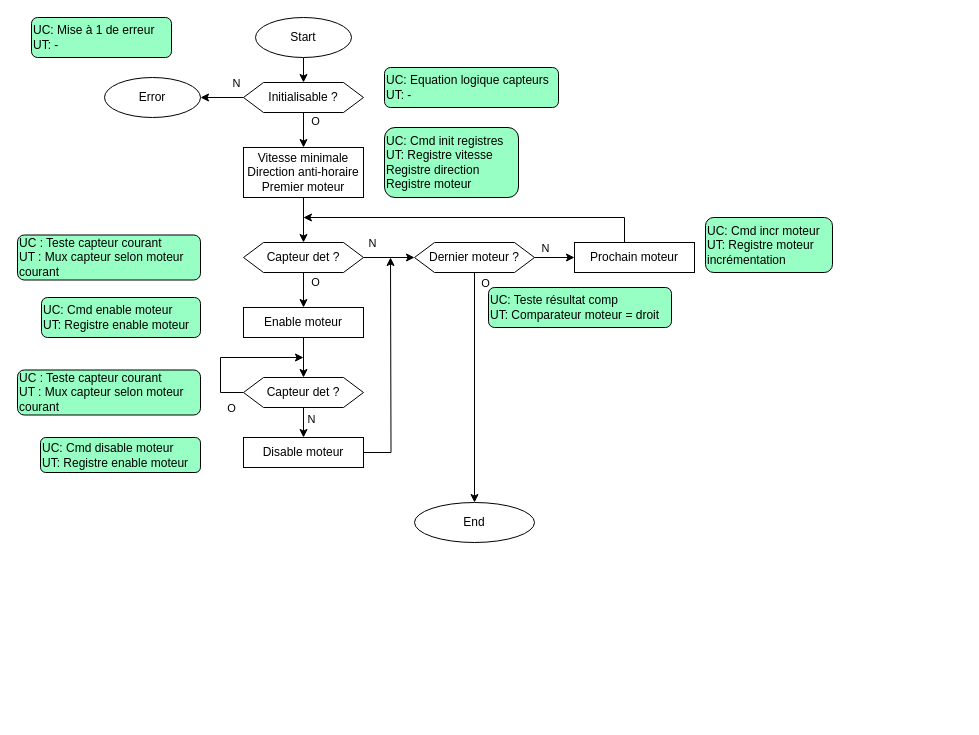
Schokiiiiiiii/csn26 keeps this draw.io diagram as doc/diags/init_sequence_partition.drawio. Above is the earlier version. Source tidied: cells renumbered, new cells numbered last; positions are measured from the earlier drawing's top-left corner, leaving out a move shared by most shapes. Both pictures are drawn from the tidied source at 100%, with x=0, y=0 at pixel (17, 17).
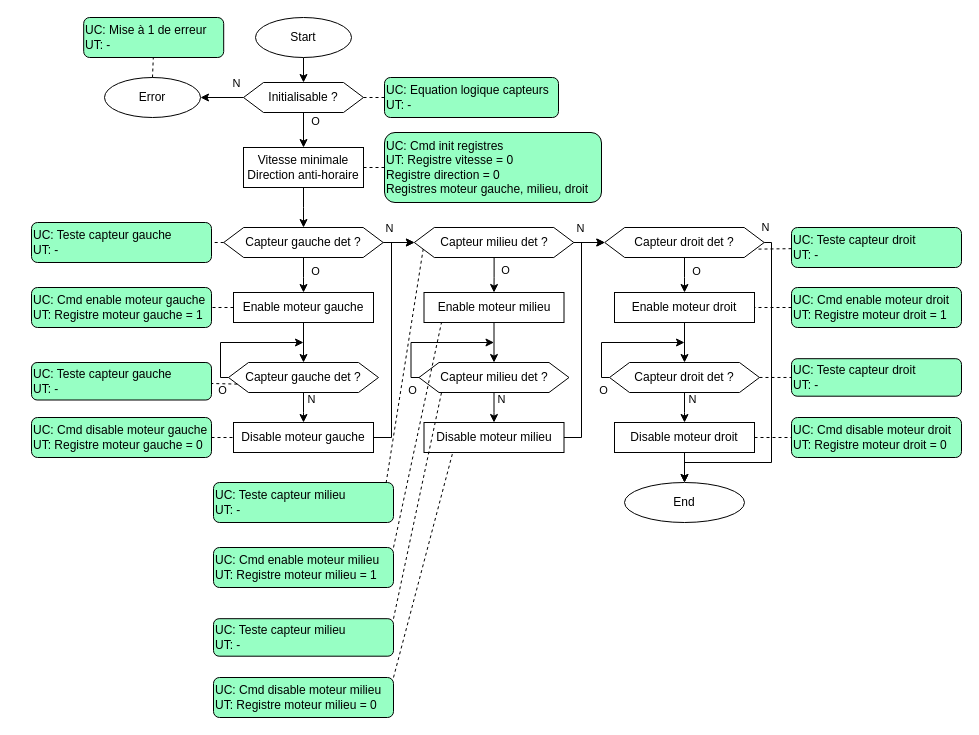
Above is the later version.

The change refers to these unchanged cells:
```xml
<mxCell id="8" value="Initialisable ?" style="shape=hexagon;perimeter=hexagonPerimeter2;whiteSpace=wrap;html=1;fixedSize=1;" parent="1" vertex="1">
  <mxGeometry x="226" y="65" width="120" height="30" as="geometry" />
</mxCell>
<mxCell id="9" value="Error" style="ellipse;whiteSpace=wrap;html=1;" parent="1" vertex="1">
  <mxGeometry x="87" y="60" width="96" height="40" as="geometry" />
</mxCell>
```

Change to the diagram source:
```diff
@@
-    <mxCell id="10" style="edgeStyle=orthogonalEdgeStyle;rounded=0;jettySize=auto;html=1;" parent="1" edge="1" source="14" target="21">
-      <mxGeometry relative="1" as="geometry" />
+    <mxCell id="10" style="edgeStyle=orthogonalEdgeStyle;rounded=0;jettySize=auto;html=1;" parent="1" edge="1" source="14">
+      <mxGeometry relative="1" as="geometry">
+        <mxPoint x="397" y="225" as="targetPoint" />
+      </mxGeometry>
     </mxCell>
@@
-    <mxCell id="14" value="Capteur det ?" style="shape=hexagon;perimeter=hexagonPerimeter2;whiteSpace=wrap;html=1;fixedSize=1;" parent="1" vertex="1">
-      <mxGeometry x="226" y="225" width="120" height="30" as="geometry" />
+    <mxCell id="14" value="Capteur gauche det ?" style="shape=hexagon;perimeter=hexagonPerimeter2;whiteSpace=wrap;html=1;fixedSize=1;" parent="1" vertex="1">
+      <mxGeometry x="206.2" y="210" width="159.5" height="30" as="geometry" />
     </mxCell>
-    <mxCell id="15" style="edgeStyle=orthogonalEdgeStyle;rounded=0;jettySize=auto;html=1;" parent="1" edge="1" source="16">
-      <mxGeometry relative="1" as="geometry">
-        <mxPoint x="285.9" y="200" as="targetPoint" />
-        <Array as="points">
-          <mxPoint x="607" y="200" />
-        </Array>
-      </mxGeometry>
-    </mxCell>
-    <mxCell id="16" value="Prochain moteur" style="rounded=0;whiteSpace=wrap;html=1;" parent="1" vertex="1">
-      <mxGeometry x="557" y="225" width="120" height="30" as="geometry" />
-    </mxCell>
-    <mxCell id="17" style="edgeStyle=orthogonalEdgeStyle;rounded=0;jettySize=auto;html=1;" parent="1" edge="1" source="21" target="22">
+    <mxCell id="17" style="edgeStyle=orthogonalEdgeStyle;rounded=0;jettySize=auto;html=1;" parent="1" edge="1" source="70" target="22">
       <mxGeometry relative="1" as="geometry" />
     </mxCell>
-    <mxCell id="18" value="O" style="edgeLabel;html=1;align=center;verticalAlign=middle;" parent="17" vertex="1">
-      <mxGeometry x="-0.87" y="-1" relative="1" as="geometry">
-        <mxPoint x="11" y="-5" as="offset" />
-      </mxGeometry>
-    </mxCell>
-    <mxCell id="19" style="edgeStyle=orthogonalEdgeStyle;rounded=0;jettySize=auto;html=1;" parent="1" edge="1" source="21" target="16">
-      <mxGeometry relative="1" as="geometry" />
-    </mxCell>
-    <mxCell id="20" value="N" style="edgeLabel;html=1;align=center;verticalAlign=middle;" parent="19" vertex="1">
-      <mxGeometry x="0.21" relative="1" as="geometry">
-        <mxPoint x="-14" y="-10" as="offset" />
-      </mxGeometry>
-    </mxCell>
-    <mxCell id="21" value="Dernier moteur ?" style="shape=hexagon;perimeter=hexagonPerimeter2;whiteSpace=wrap;html=1;fixedSize=1;" parent="1" vertex="1">
-      <mxGeometry x="397" y="225" width="120" height="30" as="geometry" />
-    </mxCell>
     <mxCell id="22" value="End" style="ellipse;whiteSpace=wrap;html=1;" parent="1" vertex="1">
-      <mxGeometry x="397" y="485" width="120" height="40" as="geometry" />
+      <mxGeometry x="607" y="465" width="120" height="40" as="geometry" />
     </mxCell>
@@
-    <mxCell id="24" value="Enable moteur" style="rounded=0;whiteSpace=wrap;html=1;" parent="1" vertex="1">
-      <mxGeometry x="226" y="290" width="120" height="30" as="geometry" />
+    <mxCell id="24" value="Enable moteur gauche" style="rounded=0;whiteSpace=wrap;html=1;" parent="1" vertex="1">
+      <mxGeometry x="216" y="275" width="140" height="30" as="geometry" />
     </mxCell>
     <mxCell id="25" style="edgeStyle=orthogonalEdgeStyle;rounded=0;jettySize=auto;html=1;" parent="1" edge="1" source="29">
       <mxGeometry relative="1" as="geometry">
-        <mxPoint x="286" y="340" as="targetPoint" />
+        <mxPoint x="286" y="325" as="targetPoint" />
         <Array as="points">
-          <mxPoint x="203" y="375" />
-          <mxPoint x="203" y="340" />
+          <mxPoint x="203" y="360" />
+          <mxPoint x="203" y="325" />
         </Array>
       </mxGeometry>
     </mxCell>
@@
-    <mxCell id="27" style="edgeStyle=orthogonalEdgeStyle;rounded=0;jettySize=auto;html=1;" parent="1" edge="1" source="29" target="31">
-      <mxGeometry relative="1" as="geometry" />
+    <mxCell id="27" style="edgeStyle=orthogonalEdgeStyle;rounded=0;jettySize=auto;html=1;" parent="1" edge="1" source="29">
+      <mxGeometry relative="1" as="geometry">
+        <mxPoint x="286" y="405" as="targetPoint" />
+      </mxGeometry>
     </mxCell>
@@
-    <mxCell id="29" value="Capteur det ?" style="shape=hexagon;perimeter=hexagonPerimeter2;whiteSpace=wrap;html=1;fixedSize=1;" parent="1" vertex="1">
-      <mxGeometry x="226" y="360" width="120" height="30" as="geometry" />
+    <mxCell id="29" value="Capteur gauche det ?" style="shape=hexagon;perimeter=hexagonPerimeter2;whiteSpace=wrap;html=1;fixedSize=1;" parent="1" vertex="1">
+      <mxGeometry x="211" y="345" width="150" height="30" as="geometry" />
     </mxCell>
-    <mxCell id="30" style="edgeStyle=orthogonalEdgeStyle;rounded=0;jettySize=auto;html=1;" parent="1" edge="1" source="31">
+    <mxCell id="30" style="edgeStyle=orthogonalEdgeStyle;rounded=0;jettySize=auto;html=1;entryX=0;entryY=0.5;entryDx=0;entryDy=0;" parent="1" edge="1" source="68" target="47">
       <mxGeometry relative="1" as="geometry">
-        <mxPoint x="373" y="240" as="targetPoint" />
+        <Array as="points">
+          <mxPoint x="374" y="420" />
+          <mxPoint x="374" y="225" />
+        </Array>
       </mxGeometry>
     </mxCell>
-    <mxCell id="31" value="Disable moteur" style="rounded=0;whiteSpace=wrap;html=1;" parent="1" vertex="1">
-      <mxGeometry x="226" y="420" width="120" height="30" as="geometry" />
-    </mxCell>
@@
-    <mxCell id="33" value="&lt;div&gt;&lt;div&gt;Vitesse minimale&lt;/div&gt;&lt;div&gt;Direction anti-horaire&lt;/div&gt;&lt;/div&gt;&lt;div&gt;Premier moteur&lt;/div&gt;" style="rounded=0;whiteSpace=wrap;html=1;" parent="1" vertex="1">
-      <mxGeometry x="226" y="130" width="120" height="50" as="geometry" />
+    <mxCell id="33" value="&lt;div&gt;&lt;div&gt;Vitesse minimale&lt;/div&gt;&lt;div&gt;Direction anti-horaire&lt;/div&gt;&lt;/div&gt;" style="rounded=0;whiteSpace=wrap;html=1;" parent="1" vertex="1">
+      <mxGeometry x="226" y="130" width="120" height="40" as="geometry" />
     </mxCell>
-    <mxCell id="34" value="&lt;div&gt;UC: Cmd init registres&lt;/div&gt;UT: Registre vitesse&lt;div&gt;Registre direction&lt;/div&gt;&lt;div&gt;Registre moteur&lt;/div&gt;" style="rounded=1;whiteSpace=wrap;html=1;fillColor=#97FFC4;align=left;" parent="1" vertex="1">
-      <mxGeometry x="367" y="110" width="134" height="70" as="geometry" />
+    <mxCell id="34" value="&lt;div&gt;UC: Cmd init registres&lt;/div&gt;UT: Registre vitesse = 0&lt;div&gt;Registre direction = 0&lt;/div&gt;&lt;div&gt;Registres moteur gauche, milieu, droit&lt;/div&gt;" style="rounded=1;whiteSpace=wrap;html=1;fillColor=#97FFC4;align=left;" parent="1" vertex="1">
+      <mxGeometry x="367" y="115" width="217" height="70" as="geometry" />
     </mxCell>
-    <mxCell id="35" value="&lt;div&gt;UC : Teste capteur courant&lt;/div&gt;&lt;div&gt;UT : Mux capteur selon moteur courant&lt;/div&gt;" style="rounded=1;whiteSpace=wrap;html=1;fillColor=#97FFC4;align=left;" parent="1" vertex="1">
-      <mxGeometry y="217.5" width="183" height="45" as="geometry" />
+    <mxCell id="35" value="&lt;div&gt;UC: Teste capteur gauche&lt;/div&gt;&lt;div&gt;UT: -&lt;/div&gt;" style="rounded=1;whiteSpace=wrap;html=1;fillColor=#97FFC4;align=left;" parent="1" vertex="1">
+      <mxGeometry x="14" y="205" width="180" height="40" as="geometry" />
     </mxCell>
     <mxCell id="36" value="&lt;div&gt;UC: Equation logique capteurs&lt;/div&gt;UT: -" style="rounded=1;whiteSpace=wrap;html=1;fillColor=#97FFC4;align=left;" parent="1" vertex="1">
-      <mxGeometry x="367" y="50" width="174" height="40" as="geometry" />
+      <mxGeometry x="367" y="60" width="174" height="40" as="geometry" />
     </mxCell>
-    <mxCell id="37" value="&lt;div&gt;UC: Cmd enable moteur&lt;/div&gt;UT: Registre enable moteur" style="rounded=1;whiteSpace=wrap;html=1;fillColor=#97FFC4;align=left;" parent="1" vertex="1">
-      <mxGeometry x="24" y="280" width="159" height="40" as="geometry" />
+    <mxCell id="37" value="&lt;div&gt;UC: Cmd enable moteur gauche&lt;/div&gt;UT: Registre moteur gauche = 1" style="rounded=1;whiteSpace=wrap;html=1;fillColor=#97FFC4;align=left;" parent="1" vertex="1">
+      <mxGeometry x="14" y="270" width="180" height="40" as="geometry" />
     </mxCell>
-    <mxCell id="38" value="&lt;div&gt;UC: Cmd disable moteur&lt;/div&gt;UT: Registre enable moteur" style="rounded=1;whiteSpace=wrap;html=1;fillColor=#97FFC4;align=left;" parent="1" vertex="1">
-      <mxGeometry x="23" y="420" width="160" height="35" as="geometry" />
-    </mxCell>
-    <mxCell id="39" value="&lt;div&gt;UC: Teste résultat comp&lt;/div&gt;UT: Comparateur moteur = droit" style="rounded=1;whiteSpace=wrap;html=1;fillColor=#97FFC4;align=left;" parent="1" vertex="1">
-      <mxGeometry x="471" y="270" width="183" height="40" as="geometry" />
-    </mxCell>
-    <mxCell id="40" value="&lt;div&gt;UC: Cmd incr moteur&lt;/div&gt;UT: Registre moteur&lt;div&gt;incrémentation&lt;/div&gt;" style="rounded=1;whiteSpace=wrap;html=1;fillColor=#97FFC4;align=left;" parent="1" vertex="1">
-      <mxGeometry x="688" y="200" width="127" height="55" as="geometry" />
-    </mxCell>
-    <mxCell id="41" value="&lt;div&gt;UC : Teste capteur courant&lt;/div&gt;&lt;div&gt;UT : Mux capteur selon moteur courant&lt;/div&gt;" style="rounded=1;whiteSpace=wrap;html=1;fillColor=#97FFC4;align=left;" parent="1" vertex="1">
-      <mxGeometry y="352.5" width="183" height="45" as="geometry" />
+    <mxCell id="41" value="&lt;div&gt;UC: Teste capteur gauche&lt;/div&gt;&lt;div&gt;UT: -&lt;/div&gt;" style="rounded=1;whiteSpace=wrap;html=1;fillColor=#97FFC4;align=left;" parent="1" vertex="1">
+      <mxGeometry x="14" y="345" width="180" height="37.5" as="geometry" />
     </mxCell>
     <mxCell id="42" value="&lt;div&gt;UC: Mise à 1 de erreur&lt;/div&gt;UT: -" style="rounded=1;whiteSpace=wrap;html=1;fillColor=#97FFC4;align=left;" parent="1" vertex="1">
-      <mxGeometry x="14" width="140" height="40" as="geometry" />
+      <mxGeometry x="66.2" width="140" height="40" as="geometry" />
     </mxCell>
+    <mxCell id="43" style="edgeStyle=orthogonalEdgeStyle;rounded=0;jettySize=auto;html=1;" parent="1" edge="1" source="47">
+      <mxGeometry relative="1" as="geometry">
+        <mxPoint x="587.5" y="225" as="targetPoint" />
+      </mxGeometry>
+    </mxCell>
+    <mxCell id="44" value="N" style="edgeLabel;html=1;align=center;verticalAlign=middle;" parent="43" vertex="1">
+      <mxGeometry x="-0.76" y="-1" relative="1" as="geometry">
+        <mxPoint x="2" y="-16" as="offset" />
+      </mxGeometry>
+    </mxCell>
+    <mxCell id="45" style="edgeStyle=orthogonalEdgeStyle;rounded=0;jettySize=auto;html=1;" parent="1" edge="1" source="47" target="49">
+      <mxGeometry relative="1" as="geometry" />
+    </mxCell>
+    <mxCell id="46" value="O" style="edgeLabel;html=1;align=center;verticalAlign=middle;" parent="45" vertex="1">
+      <mxGeometry x="0.26" relative="1" as="geometry">
+        <mxPoint x="11" y="-9" as="offset" />
+      </mxGeometry>
+    </mxCell>
+    <mxCell id="47" value="Capteur milieu det ?" style="shape=hexagon;perimeter=hexagonPerimeter2;whiteSpace=wrap;html=1;fixedSize=1;" parent="1" vertex="1">
+      <mxGeometry x="396.8" y="210" width="159.5" height="30" as="geometry" />
+    </mxCell>
+    <mxCell id="48" style="edgeStyle=orthogonalEdgeStyle;rounded=0;jettySize=auto;html=1;" parent="1" edge="1" source="49" target="54">
+      <mxGeometry relative="1" as="geometry" />
+    </mxCell>
+    <mxCell id="49" value="Enable moteur milieu" style="rounded=0;whiteSpace=wrap;html=1;" parent="1" vertex="1">
+      <mxGeometry x="406.5" y="275" width="140" height="30" as="geometry" />
+    </mxCell>
+    <mxCell id="50" style="edgeStyle=orthogonalEdgeStyle;rounded=0;jettySize=auto;html=1;" parent="1" edge="1" source="54">
+      <mxGeometry relative="1" as="geometry">
+        <mxPoint x="476.5" y="325" as="targetPoint" />
+        <Array as="points">
+          <mxPoint x="393.5" y="360" />
+          <mxPoint x="393.5" y="325" />
+        </Array>
+      </mxGeometry>
+    </mxCell>
+    <mxCell id="51" value="O" style="edgeLabel;html=1;align=center;verticalAlign=middle;" parent="50" vertex="1">
+      <mxGeometry x="-0.81" y="-1" relative="1" as="geometry">
+        <mxPoint y="16" as="offset" />
+      </mxGeometry>
+    </mxCell>
+    <mxCell id="52" style="edgeStyle=orthogonalEdgeStyle;rounded=0;jettySize=auto;html=1;" parent="1" edge="1" source="54">
+      <mxGeometry relative="1" as="geometry">
+        <mxPoint x="476.5" y="405" as="targetPoint" />
+      </mxGeometry>
+    </mxCell>
+    <mxCell id="53" value="N" style="edgeLabel;html=1;align=center;verticalAlign=middle;" parent="52" vertex="1">
+      <mxGeometry x="-0.58" relative="1" as="geometry">
+        <mxPoint x="7" as="offset" />
+      </mxGeometry>
+    </mxCell>
+    <mxCell id="54" value="Capteur milieu det ?" style="shape=hexagon;perimeter=hexagonPerimeter2;whiteSpace=wrap;html=1;fixedSize=1;" parent="1" vertex="1">
+      <mxGeometry x="401.5" y="345" width="150" height="30" as="geometry" />
+    </mxCell>
+    <mxCell id="55" style="edgeStyle=orthogonalEdgeStyle;rounded=0;jettySize=auto;html=1;entryX=0;entryY=0.5;entryDx=0;entryDy=0;" parent="1" edge="1" source="69" target="60">
+      <mxGeometry relative="1" as="geometry">
+        <Array as="points">
+          <mxPoint x="564" y="420" />
+          <mxPoint x="564" y="225" />
+        </Array>
+      </mxGeometry>
+    </mxCell>
+    <mxCell id="56" style="edgeStyle=orthogonalEdgeStyle;rounded=0;jettySize=auto;html=1;" parent="1" edge="1" source="60" target="22">
+      <mxGeometry relative="1" as="geometry">
+        <Array as="points">
+          <mxPoint x="754" y="225" />
+          <mxPoint x="754" y="445" />
+          <mxPoint x="667" y="445" />
+        </Array>
+      </mxGeometry>
+    </mxCell>
+    <mxCell id="57" value="N" style="edgeLabel;html=1;align=center;verticalAlign=middle;" parent="56" vertex="1">
+      <mxGeometry x="-0.76" y="-1" relative="1" as="geometry">
+        <mxPoint x="-6" y="-48" as="offset" />
+      </mxGeometry>
+    </mxCell>
+    <mxCell id="58" style="edgeStyle=orthogonalEdgeStyle;rounded=0;jettySize=auto;html=1;" parent="1" edge="1" source="60" target="62">
+      <mxGeometry relative="1" as="geometry" />
+    </mxCell>
+    <mxCell id="59" value="O" style="edgeLabel;html=1;align=center;verticalAlign=middle;" parent="58" vertex="1">
+      <mxGeometry x="0.26" relative="1" as="geometry">
+        <mxPoint x="11" y="-9" as="offset" />
+      </mxGeometry>
+    </mxCell>
+    <mxCell id="60" value="Capteur droit det ?" style="shape=hexagon;perimeter=hexagonPerimeter2;whiteSpace=wrap;html=1;fixedSize=1;" parent="1" vertex="1">
+      <mxGeometry x="587.2" y="210" width="159.5" height="30" as="geometry" />
+    </mxCell>
+    <mxCell id="61" style="edgeStyle=orthogonalEdgeStyle;rounded=0;jettySize=auto;html=1;" parent="1" edge="1" source="62" target="67">
+      <mxGeometry relative="1" as="geometry" />
+    </mxCell>
+    <mxCell id="62" value="Enable moteur droit" style="rounded=0;whiteSpace=wrap;html=1;" parent="1" vertex="1">
+      <mxGeometry x="597" y="275" width="140" height="30" as="geometry" />
+    </mxCell>
+    <mxCell id="63" style="edgeStyle=orthogonalEdgeStyle;rounded=0;jettySize=auto;html=1;" parent="1" edge="1" source="67">
+      <mxGeometry relative="1" as="geometry">
+        <mxPoint x="667" y="325" as="targetPoint" />
+        <Array as="points">
+          <mxPoint x="584" y="360" />
+          <mxPoint x="584" y="325" />
+        </Array>
+      </mxGeometry>
+    </mxCell>
+    <mxCell id="64" value="O" style="edgeLabel;html=1;align=center;verticalAlign=middle;" parent="63" vertex="1">
+      <mxGeometry x="-0.81" y="-1" relative="1" as="geometry">
+        <mxPoint y="16" as="offset" />
+      </mxGeometry>
+    </mxCell>
+    <mxCell id="65" style="edgeStyle=orthogonalEdgeStyle;rounded=0;jettySize=auto;html=1;" parent="1" edge="1" source="67">
+      <mxGeometry relative="1" as="geometry">
+        <mxPoint x="667" y="405" as="targetPoint" />
+      </mxGeometry>
+    </mxCell>
+    <mxCell id="66" value="N" style="edgeLabel;html=1;align=center;verticalAlign=middle;" parent="65" vertex="1">
+      <mxGeometry x="-0.58" relative="1" as="geometry">
+        <mxPoint x="7" as="offset" />
+      </mxGeometry>
+    </mxCell>
+    <mxCell id="67" value="Capteur droit&amp;nbsp;det ?" style="shape=hexagon;perimeter=hexagonPerimeter2;whiteSpace=wrap;html=1;fixedSize=1;" parent="1" vertex="1">
+      <mxGeometry x="592" y="345" width="150" height="30" as="geometry" />
+    </mxCell>
+    <mxCell id="68" value="Disable moteur gauche" style="rounded=0;whiteSpace=wrap;html=1;" parent="1" vertex="1">
+      <mxGeometry x="216" y="405" width="140" height="30" as="geometry" />
+    </mxCell>
+    <mxCell id="69" value="Disable moteur milieu" style="rounded=0;whiteSpace=wrap;html=1;" parent="1" vertex="1">
+      <mxGeometry x="406.5" y="405" width="140" height="30" as="geometry" />
+    </mxCell>
+    <mxCell id="70" value="Disable moteur droit" style="rounded=0;whiteSpace=wrap;html=1;" parent="1" vertex="1">
+      <mxGeometry x="597" y="405" width="140" height="30" as="geometry" />
+    </mxCell>
+    <mxCell id="71" value="&lt;div&gt;UC: Cmd disable moteur gauche&lt;/div&gt;UT: Registre moteur gauche = 0" style="rounded=1;whiteSpace=wrap;html=1;fillColor=#97FFC4;align=left;" parent="1" vertex="1">
+      <mxGeometry x="14" y="400" width="180" height="40" as="geometry" />
+    </mxCell>
+    <mxCell id="72" value="&lt;div&gt;UC: Teste capteur milieu&lt;/div&gt;&lt;div&gt;UT: -&lt;/div&gt;" style="rounded=1;whiteSpace=wrap;html=1;fillColor=#97FFC4;align=left;" parent="1" vertex="1">
+      <mxGeometry x="196" y="465" width="180" height="40" as="geometry" />
+    </mxCell>
+    <mxCell id="73" value="&lt;div&gt;UC: Cmd enable moteur&amp;nbsp;&lt;span style=&quot;background-color: transparent; color: light-dark(rgb(0, 0, 0), rgb(255, 255, 255));&quot;&gt;milieu&lt;/span&gt;&lt;/div&gt;UT: Registre moteur milieu&amp;nbsp;= 1" style="rounded=1;whiteSpace=wrap;html=1;fillColor=#97FFC4;align=left;" parent="1" vertex="1">
+      <mxGeometry x="196" y="530" width="180" height="40" as="geometry" />
+    </mxCell>
+    <mxCell id="74" value="&lt;div&gt;UC: Teste capteur&amp;nbsp;&lt;span style=&quot;background-color: transparent; color: light-dark(rgb(0, 0, 0), rgb(255, 255, 255));&quot;&gt;milieu&lt;/span&gt;&lt;/div&gt;&lt;div&gt;UT: -&lt;/div&gt;" style="rounded=1;whiteSpace=wrap;html=1;fillColor=#97FFC4;align=left;" parent="1" vertex="1">
+      <mxGeometry x="196" y="601.2" width="180" height="37.5" as="geometry" />
+    </mxCell>
+    <mxCell id="75" value="&lt;div&gt;UC: Cmd disable moteur&amp;nbsp;&lt;span style=&quot;background-color: transparent; color: light-dark(rgb(0, 0, 0), rgb(255, 255, 255));&quot;&gt;milieu&lt;/span&gt;&lt;/div&gt;UT: Registre moteur milieu&amp;nbsp;= 0" style="rounded=1;whiteSpace=wrap;html=1;fillColor=#97FFC4;align=left;" parent="1" vertex="1">
+      <mxGeometry x="196" y="660" width="180" height="40" as="geometry" />
+    </mxCell>
+    <mxCell id="76" style="endArrow=none;dashed=1;html=1;rounded=0;entryX=0;entryY=0.75;entryDx=0;entryDy=0;exitX=0.959;exitY=0.011;exitDx=0;exitDy=0;exitPerimeter=0;" parent="1" edge="1" source="72" target="47">
+      <mxGeometry relative="1" as="geometry" />
+    </mxCell>
+    <mxCell id="77" style="endArrow=none;dashed=1;html=1;rounded=0;exitX=1;exitY=0;exitDx=0;exitDy=0;entryX=0.125;entryY=1;entryDx=0;entryDy=0;entryPerimeter=0;" parent="1" edge="1" source="73" target="49">
+      <mxGeometry relative="1" as="geometry" />
+    </mxCell>
+    <mxCell id="78" style="endArrow=none;dashed=1;html=1;rounded=0;exitX=1;exitY=0;exitDx=0;exitDy=0;entryX=0.15;entryY=1.005;entryDx=0;entryDy=0;entryPerimeter=0;" parent="1" edge="1" source="74" target="54">
+      <mxGeometry relative="1" as="geometry" />
+    </mxCell>
+    <mxCell id="79" style="endArrow=none;dashed=1;html=1;rounded=0;exitX=1;exitY=0;exitDx=0;exitDy=0;entryX=0.205;entryY=1.006;entryDx=0;entryDy=0;entryPerimeter=0;" parent="1" edge="1" source="75" target="69">
+      <mxGeometry relative="1" as="geometry" />
+    </mxCell>
+    <mxCell id="80" value="&lt;div&gt;UC: Teste capteur droit&lt;/div&gt;&lt;div&gt;UT: -&lt;/div&gt;" style="rounded=1;whiteSpace=wrap;html=1;fillColor=#97FFC4;align=left;" parent="1" vertex="1">
+      <mxGeometry x="774" y="210" width="170" height="40" as="geometry" />
+    </mxCell>
+    <mxCell id="81" value="&lt;div&gt;UC: Cmd enable moteur&amp;nbsp;&lt;span style=&quot;background-color: transparent; color: light-dark(rgb(0, 0, 0), rgb(255, 255, 255));&quot;&gt;droit&lt;/span&gt;&lt;/div&gt;UT: Registre moteur droit&amp;nbsp;= 1" style="rounded=1;whiteSpace=wrap;html=1;fillColor=#97FFC4;align=left;" parent="1" vertex="1">
+      <mxGeometry x="774" y="270" width="170" height="40" as="geometry" />
+    </mxCell>
+    <mxCell id="82" value="&lt;div&gt;UC: Teste capteur&amp;nbsp;&lt;span style=&quot;background-color: transparent; color: light-dark(rgb(0, 0, 0), rgb(255, 255, 255));&quot;&gt;droit&lt;/span&gt;&lt;/div&gt;&lt;div&gt;UT: -&lt;/div&gt;" style="rounded=1;whiteSpace=wrap;html=1;fillColor=#97FFC4;align=left;" parent="1" vertex="1">
+      <mxGeometry x="774" y="341.2" width="170" height="37.5" as="geometry" />
+    </mxCell>
+    <mxCell id="83" value="&lt;div&gt;UC: Cmd disable moteur&amp;nbsp;&lt;span style=&quot;background-color: transparent; color: light-dark(rgb(0, 0, 0), rgb(255, 255, 255));&quot;&gt;droit&lt;/span&gt;&lt;/div&gt;UT: Registre moteur droit&amp;nbsp;= 0" style="rounded=1;whiteSpace=wrap;html=1;fillColor=#97FFC4;align=left;" parent="1" vertex="1">
+      <mxGeometry x="774" y="400" width="170" height="40" as="geometry" />
+    </mxCell>
+    <mxCell id="84" style="endArrow=none;dashed=1;html=1;rounded=0;" parent="1" edge="1" source="33" target="34">
+      <mxGeometry relative="1" as="geometry" />
+    </mxCell>
+    <mxCell id="85" style="endArrow=none;dashed=1;html=1;rounded=0;" parent="1" edge="1" source="8" target="36">
+      <mxGeometry relative="1" as="geometry" />
+    </mxCell>
+    <mxCell id="86" style="endArrow=none;dashed=1;html=1;rounded=0;" parent="1" edge="1" source="9" target="42">
+      <mxGeometry relative="1" as="geometry" />
+    </mxCell>
+    <mxCell id="87" style="endArrow=none;dashed=1;html=1;rounded=0;" parent="1" edge="1" source="14" target="35">
+      <mxGeometry relative="1" as="geometry" />
+    </mxCell>
+    <mxCell id="88" style="endArrow=none;dashed=1;html=1;rounded=0;" parent="1" edge="1" source="24" target="37">
+      <mxGeometry relative="1" as="geometry" />
+    </mxCell>
+    <mxCell id="89" style="endArrow=none;dashed=1;html=1;rounded=0;exitX=0;exitY=0.75;exitDx=0;exitDy=0;" parent="1" edge="1" source="29" target="41">
+      <mxGeometry relative="1" as="geometry" />
+    </mxCell>
+    <mxCell id="90" style="endArrow=none;dashed=1;html=1;rounded=0;" parent="1" edge="1" source="71" target="68">
+      <mxGeometry relative="1" as="geometry" />
+    </mxCell>
+    <mxCell id="91" style="endArrow=none;dashed=1;html=1;rounded=0;entryX=1;entryY=0.75;entryDx=0;entryDy=0;" parent="1" edge="1" source="80" target="60">
+      <mxGeometry relative="1" as="geometry" />
+    </mxCell>
+    <mxCell id="92" style="endArrow=none;dashed=1;html=1;rounded=0;" parent="1" edge="1" source="81" target="62">
+      <mxGeometry relative="1" as="geometry" />
+    </mxCell>
+    <mxCell id="93" style="endArrow=none;dashed=1;html=1;rounded=0;" parent="1" edge="1" source="67" target="82">
+      <mxGeometry relative="1" as="geometry" />
+    </mxCell>
+    <mxCell id="94" style="endArrow=none;dashed=1;html=1;rounded=0;" parent="1" edge="1" source="70" target="83">
+      <mxGeometry relative="1" as="geometry" />
+    </mxCell>
```
